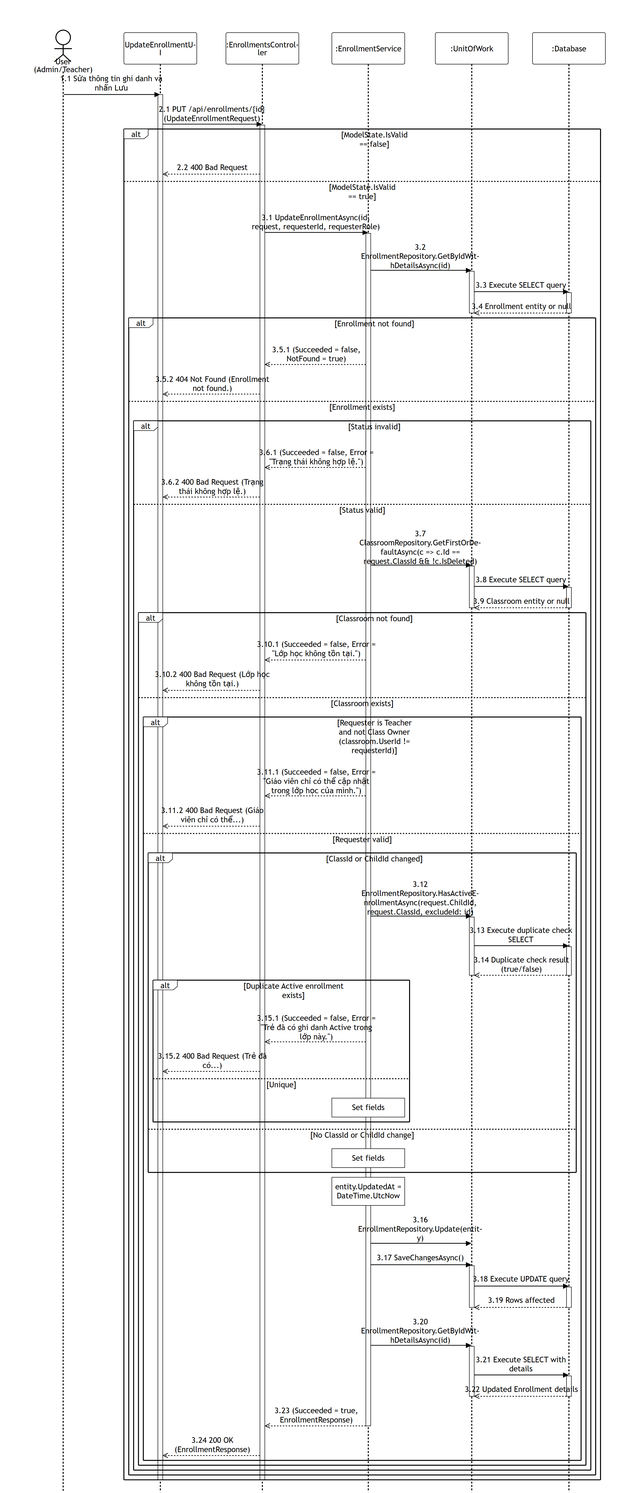
Before: 06-child-profile-enrollment/images/apis/update-enrollment.png, a diagram exported from Mermaid (PhucAnDev/docx-diagram). Its source is kept beside it as 06-child-profile-enrollment/sequence-diagram/apis/update-enrollment.mmd. Its diagram source:
```mermaid
%%{init: {'theme':'base', 'themeVariables': {'actorBkg':'#ffffff','actorBorder':'#000000','actorTextColor':'#000000','actorLineColor':'#000000','signalColor':'#000000','signalTextColor':'#000000','labelBoxBkgColor':'#ffffff','labelBoxBorderColor':'#000000','labelTextColor':'#000000','loopTextColor':'#000000','noteBkgColor':'#ffffff','noteBorderColor':'#000000','noteTextColor':'#000000','activationBorderColor':'#000000','activationBkgColor':'#ffffff','sequenceNumberColor':'#000000'}, 'sequence': {'width':150,'height':65,'actorFontSize':16,'messageFontSize':16,'wrap':true,'wrapPadding':10}}}%%
sequenceDiagram
    title PUT /api/enrollments/{id}
    actor User as User (Admin/Teacher)
    participant UI as UpdateEnrollmentUI
    participant Endpoint as :EnrollmentsController
    participant Service as :EnrollmentService
    participant DB as :UnitOfWork
    participant Database as :Database

    User->>UI: 1.1 Sửa thông tin ghi danh và nhấn Lưu
    activate UI
    UI->>Endpoint: 2.1 PUT /api/enrollments/{id} (UpdateEnrollmentRequest)
    activate Endpoint

    alt ModelState.IsValid == false
        Endpoint-->>UI: 2.2 400 Bad Request
    else ModelState.IsValid == true
        Endpoint->>Service: 3.1 UpdateEnrollmentAsync(id, request, requesterId, requesterRole)
        activate Service

        Service->>DB: 3.2 EnrollmentRepository.GetByIdWithDetailsAsync(id)
        activate DB
        DB->>Database: 3.3 Execute SELECT query
        activate Database
        Database-->>DB: 3.4 Enrollment entity or null
        deactivate Database
        deactivate DB

        alt Enrollment not found
            Service-->>Endpoint: 3.5.1 (Succeeded = false, NotFound = true)
            Endpoint-->>UI: 3.5.2 404 Not Found (Enrollment not found.)
        else Enrollment exists
            alt Status invalid
                Service-->>Endpoint: 3.6.1 (Succeeded = false, Error = "Trạng thái không hợp lệ.")
                Endpoint-->>UI: 3.6.2 400 Bad Request (Trạng thái không hợp lệ.)
            else Status valid
                Service->>DB: 3.7 ClassroomRepository.GetFirstOrDefaultAsync(c => c.Id == request.ClassId && !c.IsDeleted)
                activate DB
                DB->>Database: 3.8 Execute SELECT query
                activate Database
                Database-->>DB: 3.9 Classroom entity or null
                deactivate Database
                deactivate DB

                alt Classroom not found
                    Service-->>Endpoint: 3.10.1 (Succeeded = false, Error = "Lớp học không tồn tại.")
                    Endpoint-->>UI: 3.10.2 400 Bad Request (Lớp học không tồn tại.)
                else Classroom exists
                    alt Requester is Teacher and not Class Owner (classroom.UserId != requesterId)
                        Service-->>Endpoint: 3.11.1 (Succeeded = false, Error = "Giáo viên chỉ có thể cập nhật trong lớp học của mình.")
                        Endpoint-->>UI: 3.11.2 400 Bad Request (Giáo viên chỉ có thể...)
                    else Requester valid
                        alt ClassId or ChildId changed
                            Service->>DB: 3.12 EnrollmentRepository.HasActiveEnrollmentAsync(request.ChildId, request.ClassId, excludeId: id)
                            activate DB
                            DB->>Database: 3.13 Execute duplicate check SELECT
                            activate Database
                            Database-->>DB: 3.14 Duplicate check result (true/false)
                            deactivate Database
                            deactivate DB

                            alt Duplicate Active enrollment exists
                                Service-->>Endpoint: 3.15.1 (Succeeded = false, Error = "Trẻ đã có ghi danh Active trong lớp này.")
                                Endpoint-->>UI: 3.15.2 400 Bad Request (Trẻ đã có...)
                            else Unique
                                note over Service: Set fields
                            end
                        else No ClassId or ChildId change
                            note over Service: Set fields
                        end

                        note over Service: entity.UpdatedAt = DateTime.UtcNow
                        Service->>DB: 3.16 EnrollmentRepository.Update(entity)
                        Service->>DB: 3.17 SaveChangesAsync()
                        activate DB
                        DB->>Database: 3.18 Execute UPDATE query
                        activate Database
                        Database-->>DB: 3.19 Rows affected
                        deactivate Database
                        deactivate DB

                        Service->>DB: 3.20 EnrollmentRepository.GetByIdWithDetailsAsync(id)
                        activate DB
                        DB->>Database: 3.21 Execute SELECT with details
                        activate Database
                        Database-->>DB: 3.22 Updated Enrollment details
                        deactivate Database
                        deactivate DB

                        Service-->>Endpoint: 3.23 (Succeeded = true, EnrollmentResponse)
                        deactivate Service
                        Endpoint-->>UI: 3.24 200 OK (EnrollmentResponse)
                    end
                end
            end
        end
    end
    deactivate Endpoint
    deactivate UI
```
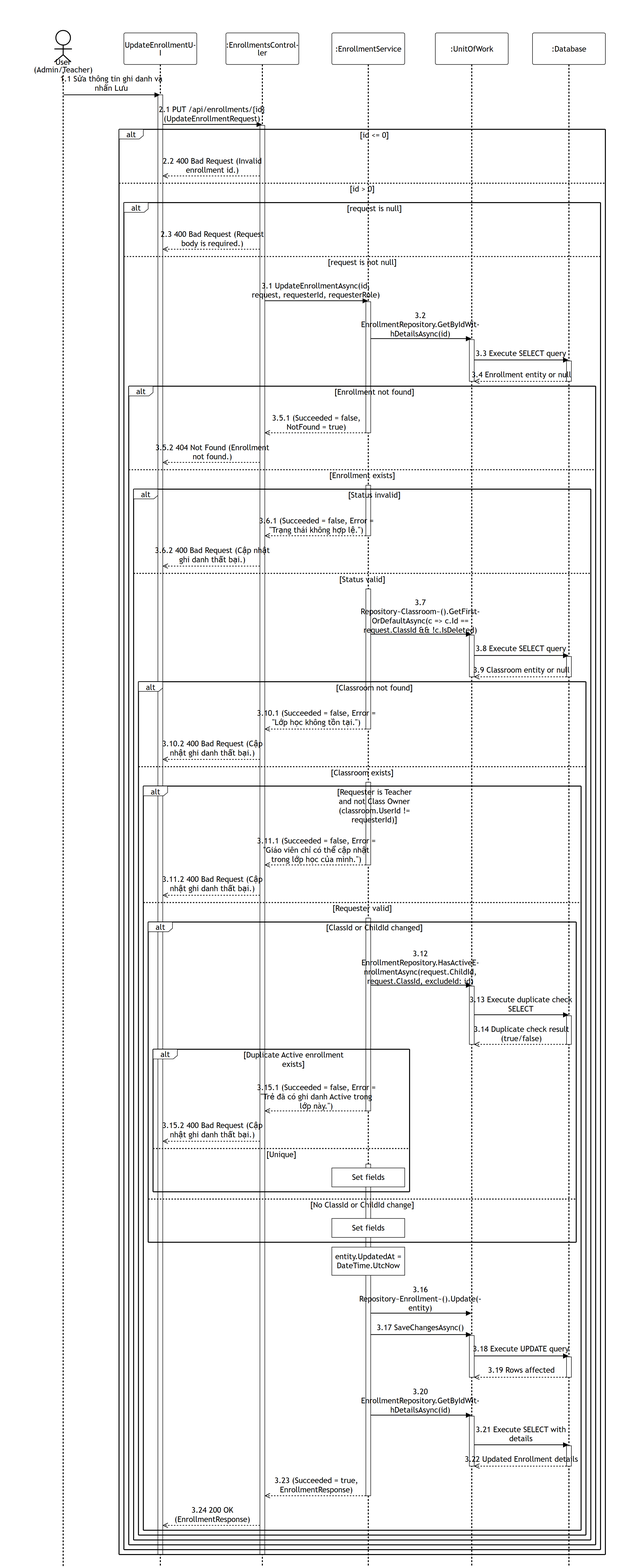
Later version of the same file.

Commit message:
fix: update create-enrollment.mmd, update-enrollment.mmd, and transfer-class.mmd with correct repository calls, validations, error messages, and activations

The edit, as a diff of the source:
```diff
@@ -13,84 +13,98 @@
     UI->>Endpoint: 2.1 PUT /api/enrollments/{id} (UpdateEnrollmentRequest)
     activate Endpoint
 
-    alt ModelState.IsValid == false
-        Endpoint-->>UI: 2.2 400 Bad Request
-    else ModelState.IsValid == true
-        Endpoint->>Service: 3.1 UpdateEnrollmentAsync(id, request, requesterId, requesterRole)
-        activate Service
+    alt id <= 0
+        Endpoint-->>UI: 2.2 400 Bad Request (Invalid enrollment id.)
+    else id > 0
+        alt request is null
+            Endpoint-->>UI: 2.3 400 Bad Request (Request body is required.)
+        else request is not null
+            Endpoint->>Service: 3.1 UpdateEnrollmentAsync(id, request, requesterId, requesterRole)
+            activate Service
 
-        Service->>DB: 3.2 EnrollmentRepository.GetByIdWithDetailsAsync(id)
-        activate DB
-        DB->>Database: 3.3 Execute SELECT query
-        activate Database
-        Database-->>DB: 3.4 Enrollment entity or null
-        deactivate Database
-        deactivate DB
+            Service->>DB: 3.2 EnrollmentRepository.GetByIdWithDetailsAsync(id)
+            activate DB
+            DB->>Database: 3.3 Execute SELECT query
+            activate Database
+            Database-->>DB: 3.4 Enrollment entity or null
+            deactivate Database
+            deactivate DB
 
-        alt Enrollment not found
-            Service-->>Endpoint: 3.5.1 (Succeeded = false, NotFound = true)
-            Endpoint-->>UI: 3.5.2 404 Not Found (Enrollment not found.)
-        else Enrollment exists
-            alt Status invalid
-                Service-->>Endpoint: 3.6.1 (Succeeded = false, Error = "Trạng thái không hợp lệ.")
-                Endpoint-->>UI: 3.6.2 400 Bad Request (Trạng thái không hợp lệ.)
-            else Status valid
-                Service->>DB: 3.7 ClassroomRepository.GetFirstOrDefaultAsync(c => c.Id == request.ClassId && !c.IsDeleted)
-                activate DB
-                DB->>Database: 3.8 Execute SELECT query
-                activate Database
-                Database-->>DB: 3.9 Classroom entity or null
-                deactivate Database
-                deactivate DB
+            alt Enrollment not found
+                Service-->>Endpoint: 3.5.1 (Succeeded = false, NotFound = true)
+                deactivate Service
+                Endpoint-->>UI: 3.5.2 404 Not Found (Enrollment not found.)
+            else Enrollment exists
+                activate Service
+                alt Status invalid
+                    Service-->>Endpoint: 3.6.1 (Succeeded = false, Error = "Trạng thái không hợp lệ.")
+                    deactivate Service
+                    Endpoint-->>UI: 3.6.2 400 Bad Request (Cập nhật ghi danh thất bại.)
+                else Status valid
+                    activate Service
+                    Service->>DB: 3.7 Repository~Classroom~().GetFirstOrDefaultAsync(c => c.Id == request.ClassId && !c.IsDeleted)
+                    activate DB
+                    DB->>Database: 3.8 Execute SELECT query
+                    activate Database
+                    Database-->>DB: 3.9 Classroom entity or null
+                    deactivate Database
+                    deactivate DB
 
-                alt Classroom not found
-                    Service-->>Endpoint: 3.10.1 (Succeeded = false, Error = "Lớp học không tồn tại.")
-                    Endpoint-->>UI: 3.10.2 400 Bad Request (Lớp học không tồn tại.)
-                else Classroom exists
-                    alt Requester is Teacher and not Class Owner (classroom.UserId != requesterId)
-                        Service-->>Endpoint: 3.11.1 (Succeeded = false, Error = "Giáo viên chỉ có thể cập nhật trong lớp học của mình.")
-                        Endpoint-->>UI: 3.11.2 400 Bad Request (Giáo viên chỉ có thể...)
-                    else Requester valid
-                        alt ClassId or ChildId changed
-                            Service->>DB: 3.12 EnrollmentRepository.HasActiveEnrollmentAsync(request.ChildId, request.ClassId, excludeId: id)
+                    alt Classroom not found
+                        Service-->>Endpoint: 3.10.1 (Succeeded = false, Error = "Lớp học không tồn tại.")
+                        deactivate Service
+                        Endpoint-->>UI: 3.10.2 400 Bad Request (Cập nhật ghi danh thất bại.)
+                    else Classroom exists
+                        activate Service
+                        alt Requester is Teacher and not Class Owner (classroom.UserId != requesterId)
+                            Service-->>Endpoint: 3.11.1 (Succeeded = false, Error = "Giáo viên chỉ có thể cập nhật trong lớp học của mình.")
+                            deactivate Service
+                            Endpoint-->>UI: 3.11.2 400 Bad Request (Cập nhật ghi danh thất bại.)
+                        else Requester valid
+                            activate Service
+                            alt ClassId or ChildId changed
+                                Service->>DB: 3.12 EnrollmentRepository.HasActiveEnrollmentAsync(request.ChildId, request.ClassId, excludeId: id)
+                                activate DB
+                                DB->>Database: 3.13 Execute duplicate check SELECT
+                                activate Database
+                                Database-->>DB: 3.14 Duplicate check result (true/false)
+                                deactivate Database
+                                deactivate DB
+
+                                alt Duplicate Active enrollment exists
+                                    Service-->>Endpoint: 3.15.1 (Succeeded = false, Error = "Trẻ đã có ghi danh Active trong lớp này.")
+                                    deactivate Service
+                                    Endpoint-->>UI: 3.15.2 400 Bad Request (Cập nhật ghi danh thất bại.)
+                                else Unique
+                                    activate Service
+                                    note over Service: Set fields
+                                end
+                            else No ClassId or ChildId change
+                                note over Service: Set fields
+                            end
+
+                            note over Service: entity.UpdatedAt = DateTime.UtcNow
+                            Service->>DB: 3.16 Repository~Enrollment~().Update(entity)
+                            Service->>DB: 3.17 SaveChangesAsync()
                             activate DB
-                            DB->>Database: 3.13 Execute duplicate check SELECT
+                            DB->>Database: 3.18 Execute UPDATE query
                             activate Database
-                            Database-->>DB: 3.14 Duplicate check result (true/false)
+                            Database-->>DB: 3.19 Rows affected
                             deactivate Database
                             deactivate DB
 
-                            alt Duplicate Active enrollment exists
-                                Service-->>Endpoint: 3.15.1 (Succeeded = false, Error = "Trẻ đã có ghi danh Active trong lớp này.")
-                                Endpoint-->>UI: 3.15.2 400 Bad Request (Trẻ đã có...)
-                            else Unique
-                                note over Service: Set fields
-                            end
-                        else No ClassId or ChildId change
-                            note over Service: Set fields
+                            Service->>DB: 3.20 EnrollmentRepository.GetByIdWithDetailsAsync(id)
+                            activate DB
+                            DB->>Database: 3.21 Execute SELECT with details
+                            activate Database
+                            Database-->>DB: 3.22 Updated Enrollment details
+                            deactivate Database
+                            deactivate DB
+
+                            Service-->>Endpoint: 3.23 (Succeeded = true, EnrollmentResponse)
+                            deactivate Service
+                            Endpoint-->>UI: 3.24 200 OK (EnrollmentResponse)
                         end
-
-                        note over Service: entity.UpdatedAt = DateTime.UtcNow
-                        Service->>DB: 3.16 EnrollmentRepository.Update(entity)
-                        Service->>DB: 3.17 SaveChangesAsync()
-                        activate DB
-                        DB->>Database: 3.18 Execute UPDATE query
-                        activate Database
-                        Database-->>DB: 3.19 Rows affected
-                        deactivate Database
-                        deactivate DB
-
-                        Service->>DB: 3.20 EnrollmentRepository.GetByIdWithDetailsAsync(id)
-                        activate DB
-                        DB->>Database: 3.21 Execute SELECT with details
-                        activate Database
-                        Database-->>DB: 3.22 Updated Enrollment details
-                        deactivate Database
-                        deactivate DB
-
-                        Service-->>Endpoint: 3.23 (Succeeded = true, EnrollmentResponse)
-                        deactivate Service
-                        Endpoint-->>UI: 3.24 200 OK (EnrollmentResponse)
                     end
                 end
             end
```
